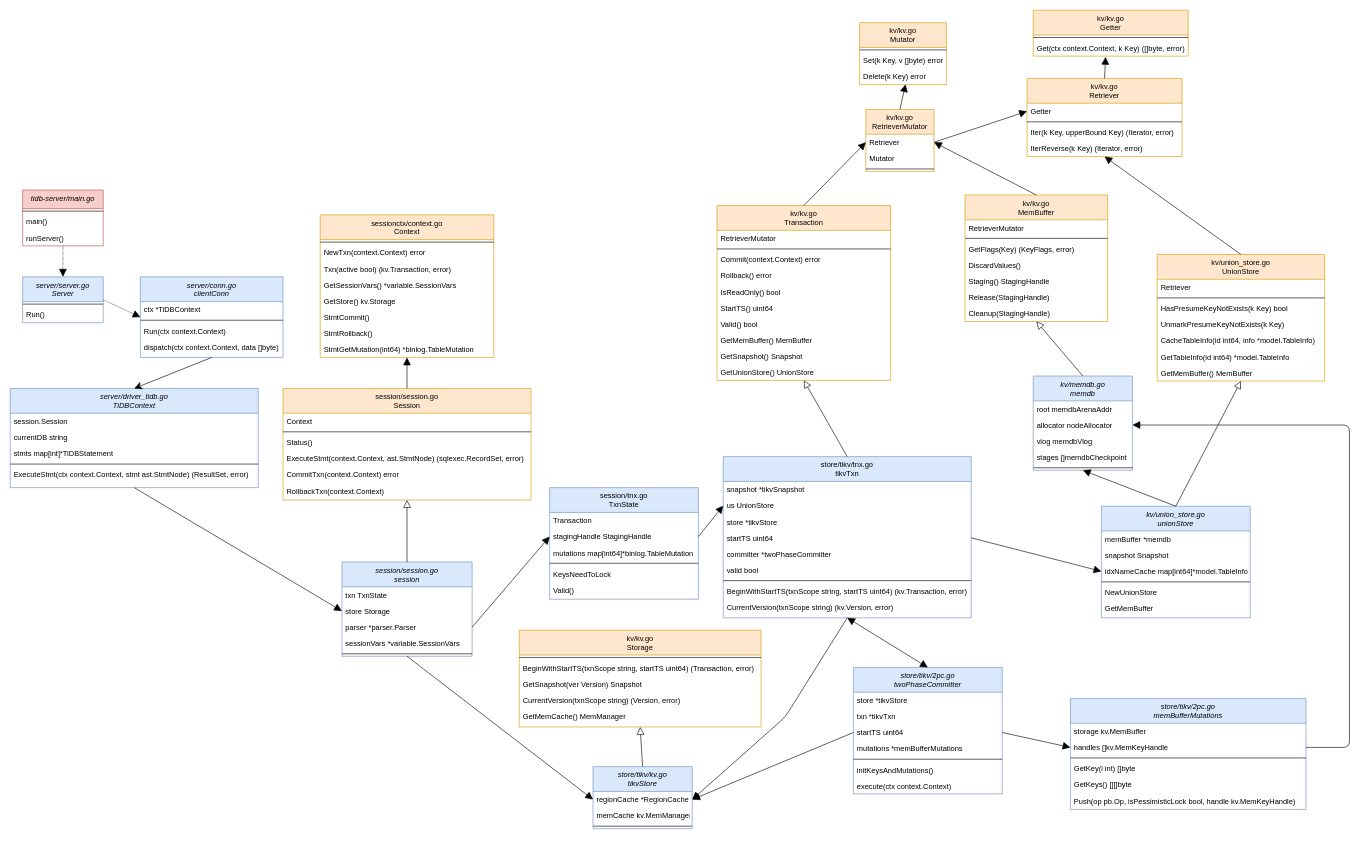
Before: 2021/02/27/tidb/arch/arch.drawio in yiduoyunQ/yiduoyunQ.github.io, a draw.io diagram. Source tidied: cells renumbered, new cells numbered last; positions are measured from the earlier drawing's top-left corner, leaving out a move shared by most shapes. Both pictures are drawn from the tidied source at 62%, with x=0, y=0 at pixel (10, 10).
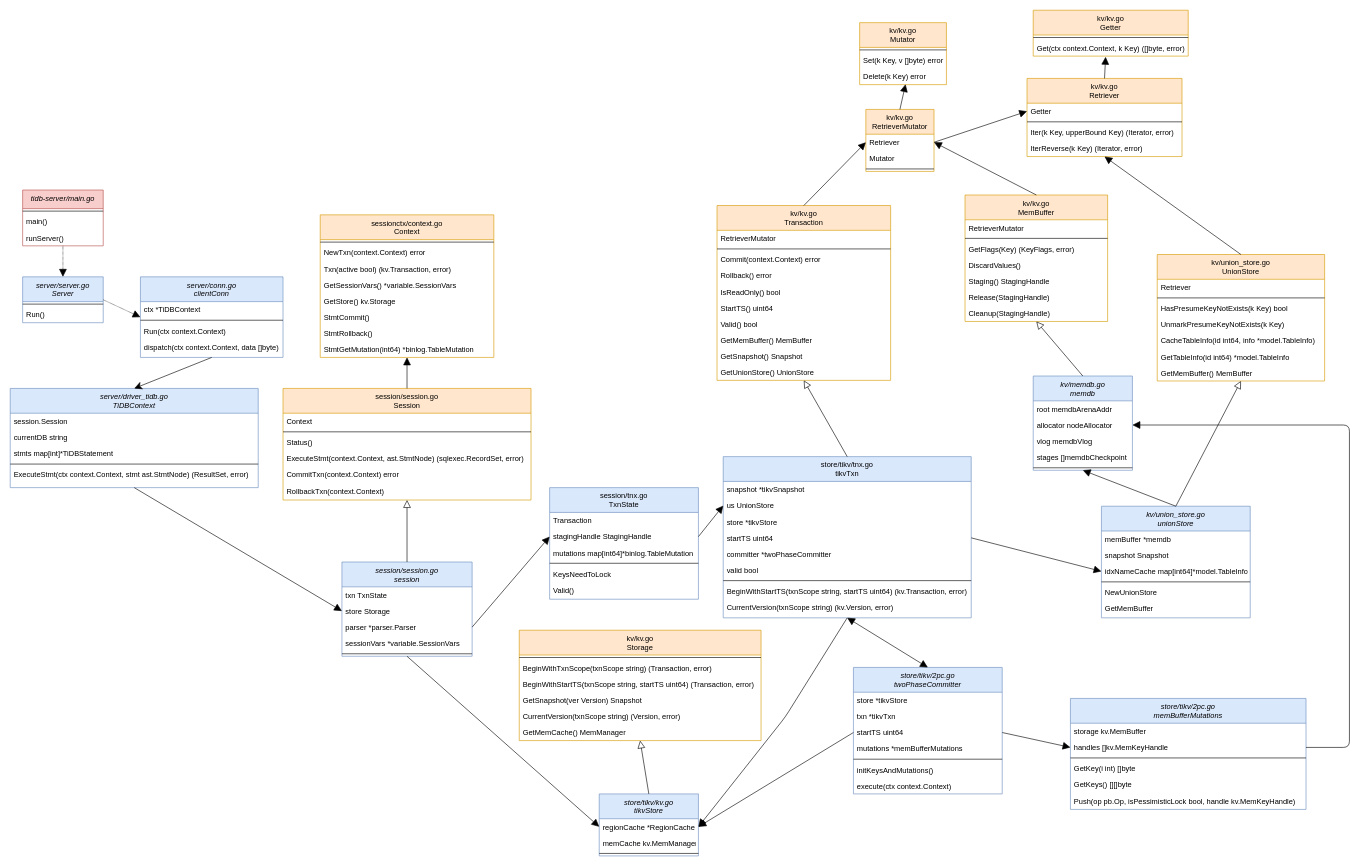
After the change.

Change to the diagram source:
```diff
@@
     <mxCell id="16" value="kv/kv.go&#10;Storage" style="swimlane;fontStyle=0;align=center;verticalAlign=top;horizontal=1;startSize=40;rounded=0;shadow=0;strokeWidth=1;fillColor=#ffe6cc;strokeColor=#d79b00;" parent="1" vertex="1">
-      <mxGeometry x="821" y="1000" width="390" height="156" as="geometry" />
+      <mxGeometry x="821" y="1000" width="390" height="178" as="geometry" />
     </mxCell>
@@
-    <mxCell id="18" value="BeginWithStartTS(txnScope string, startTS uint64) (Transaction, error)" style="text;align=left;verticalAlign=top;spacingLeft=4;spacingRight=4;overflow=hidden;" parent="16" vertex="1">
+    <mxCell id="18" value="BeginWithTxnScope(txnScope string) (Transaction, error)" style="text;align=left;verticalAlign=top;spacingLeft=4;spacingRight=4;overflow=hidden;" parent="16" vertex="1">
       <mxGeometry y="48" width="390" height="26" as="geometry" />
     </mxCell>
-    <mxCell id="19" value="GetSnapshot(ver Version) Snapshot" style="text;align=left;verticalAlign=top;spacingLeft=4;spacingRight=4;overflow=hidden;" parent="16" vertex="1">
+    <mxCell id="19" value="BeginWithStartTS(txnScope string, startTS uint64) (Transaction, error)" style="text;align=left;verticalAlign=top;spacingLeft=4;spacingRight=4;overflow=hidden;" parent="16" vertex="1">
       <mxGeometry y="74" width="390" height="26" as="geometry" />
     </mxCell>
+    <mxCell id="166" value="GetSnapshot(ver Version) Snapshot" style="text;align=left;verticalAlign=top;spacingLeft=4;spacingRight=4;overflow=hidden;" parent="16" vertex="1">
+      <mxGeometry y="100" width="390" height="26" as="geometry" />
+    </mxCell>
     <mxCell id="20" value="CurrentVersion(txnScope string) (Version, error)" style="text;align=left;verticalAlign=top;spacingLeft=4;spacingRight=4;overflow=hidden;" parent="16" vertex="1">
-      <mxGeometry y="100" width="390" height="26" as="geometry" />
+      <mxGeometry y="126" width="390" height="26" as="geometry" />
     </mxCell>
     <mxCell id="21" value="GetMemCache() MemManager" style="text;align=left;verticalAlign=top;spacingLeft=4;spacingRight=4;overflow=hidden;" parent="16" vertex="1">
-      <mxGeometry y="126" width="390" height="26" as="geometry" />
+      <mxGeometry y="152" width="390" height="26" as="geometry" />
     </mxCell>
     <mxCell id="22" value="store/tikv/kv.go&#10;tikvStore" style="swimlane;fontStyle=2;align=center;verticalAlign=top;horizontal=1;startSize=40;rounded=0;shadow=0;strokeWidth=1;fillColor=#dae8fc;strokeColor=#6c8ebf;" parent="1" vertex="1">
-      <mxGeometry x="940" y="1220" width="160" height="100" as="geometry" />
+      <mxGeometry x="950" y="1264" width="160" height="100" as="geometry" />
     </mxCell>
```
